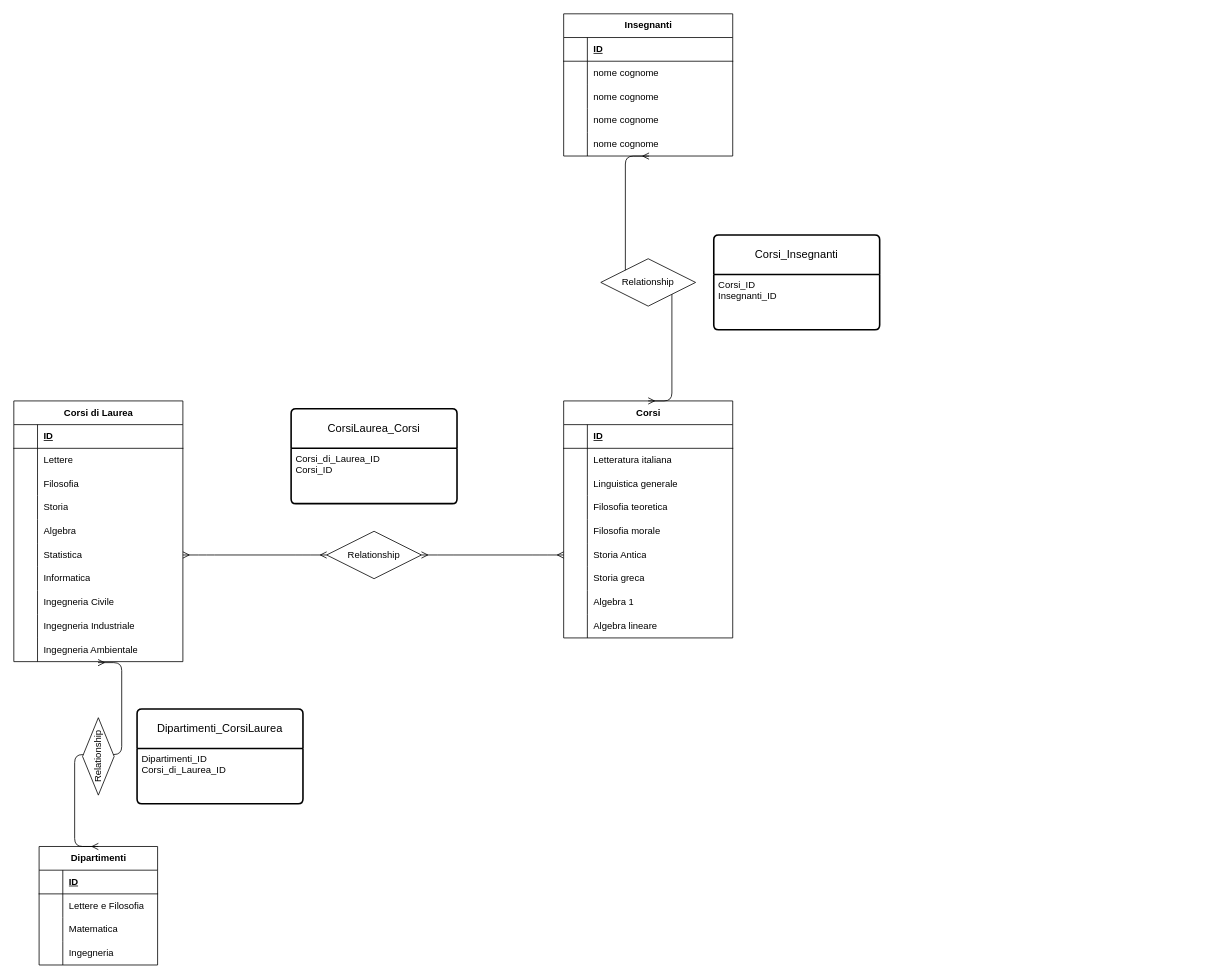
This is diagram.drawio from diegotosato/db-university, a draw.io file, before an edit. Source tidied: cells renumbered, new cells numbered last; positions are measured from the earlier drawing's top-left corner, leaving out a move shared by most shapes. Both pictures are drawn from the tidied source at 79%, with x=0, y=0 at pixel (13, 13).
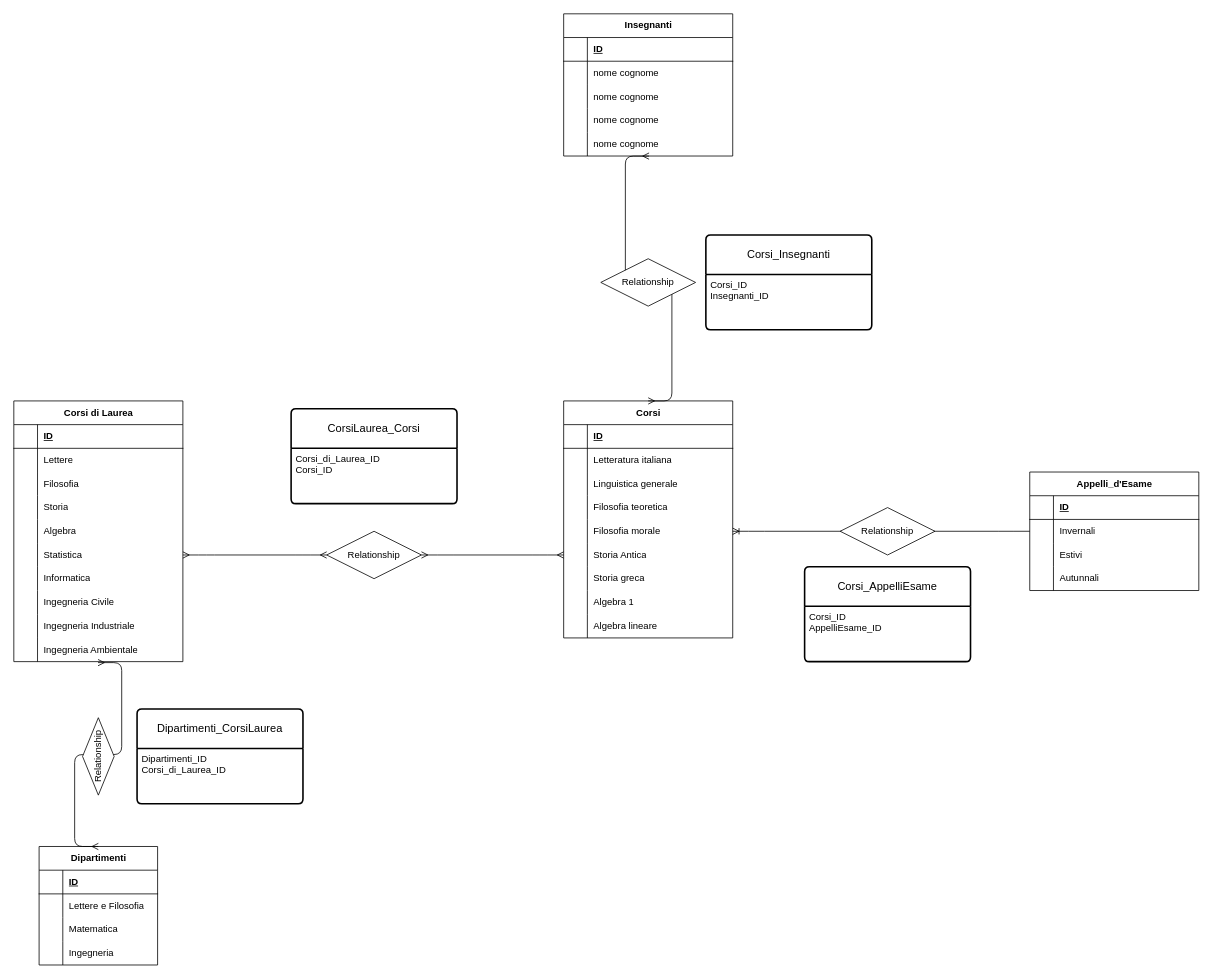
After the change.

Commit message:
Update diagram to adjust dimensions and add entities for exam sessions and course relationships

The change refers to these unchanged cells:
```xml
<mxCell id="62" style="shape=tableRow;horizontal=0;startSize=0;swimlaneHead=0;swimlaneBody=0;fillColor=none;points=[[0,0.5],[1,0.5]];portConstraint=eastwest;top=0;left=0;right=0;bottom=0;" parent="49" vertex="1">
  <mxGeometry y="150" width="214" height="30" as="geometry" />
</mxCell>
```

The edit, as a diff of the source:
```diff
@@
     <mxCell id="98" value="Corsi_Insegnanti" style="swimlane;horizontal=1;startSize=50;rounded=1;fontSize=14;fontStyle=0;strokeWidth=2;shadow=0;dashed=0;align=center;arcSize=4;whiteSpace=wrap;html=1;" parent="1" vertex="1">
-      <mxGeometry x="886" y="280" width="210" height="120" as="geometry" />
+      <mxGeometry x="876" y="280" width="210" height="120" as="geometry" />
     </mxCell>
@@
+    <mxCell id="103" value="Appelli_d'Esame" style="shape=table;startSize=30;childLayout=tableLayout;rowLines=0;fontStyle=1;align=center;html=1;" parent="1" vertex="1">
+      <mxGeometry x="1286" y="580" width="214" height="150" as="geometry" />
+    </mxCell>
+    <mxCell id="104" style="shape=tableRow;horizontal=0;startSize=0;swimlaneHead=0;swimlaneBody=0;fillColor=none;top=0;left=0;right=0;bottom=1;" parent="103" vertex="1">
+      <mxGeometry y="30" width="214" height="30" as="geometry" />
+    </mxCell>
+    <mxCell id="105" style="shape=partialRectangle;fillColor=none;top=0;left=0;bottom=0;right=0;fontStyle=1;overflow=hidden;whiteSpace=wrap;html=1;" parent="104" vertex="1">
+      <mxGeometry width="30" height="30" as="geometry" />
+    </mxCell>
+    <mxCell id="106" value="ID" style="shape=partialRectangle;fillColor=none;top=0;left=0;bottom=0;right=0;align=left;spacingLeft=6;fontStyle=5;overflow=hidden;whiteSpace=wrap;html=1;" parent="104" vertex="1">
+      <mxGeometry x="30" width="184" height="30" as="geometry" />
+    </mxCell>
+    <mxCell id="107" style="shape=tableRow;horizontal=0;startSize=0;swimlaneHead=0;swimlaneBody=0;fillColor=none;points=[[0,0.5],[1,0.5]];portConstraint=eastwest;top=0;left=0;right=0;bottom=0;" parent="103" vertex="1">
+      <mxGeometry y="60" width="214" height="30" as="geometry" />
+    </mxCell>
+    <mxCell id="108" style="shape=partialRectangle;fillColor=none;top=0;left=0;bottom=0;right=0;overflow=hidden;whiteSpace=wrap;html=1;" parent="107" vertex="1">
+      <mxGeometry width="30" height="30" as="geometry" />
+    </mxCell>
+    <mxCell id="109" value="Invernali" style="shape=partialRectangle;fillColor=none;top=0;left=0;bottom=0;right=0;align=left;spacingLeft=6;overflow=hidden;whiteSpace=wrap;html=1;" parent="107" vertex="1">
+      <mxGeometry x="30" width="184" height="30" as="geometry" />
+    </mxCell>
+    <mxCell id="110" style="shape=tableRow;horizontal=0;startSize=0;swimlaneHead=0;swimlaneBody=0;fillColor=none;top=0;left=0;right=0;bottom=0;" parent="103" vertex="1">
+      <mxGeometry y="90" width="214" height="30" as="geometry" />
+    </mxCell>
+    <mxCell id="111" style="shape=partialRectangle;fillColor=none;top=0;left=0;bottom=0;right=0;overflow=hidden;whiteSpace=wrap;html=1;" parent="110" vertex="1">
+      <mxGeometry width="30" height="30" as="geometry" />
+    </mxCell>
+    <mxCell id="112" value="Estivi" style="shape=partialRectangle;fillColor=none;top=0;left=0;bottom=0;right=0;align=left;spacingLeft=6;overflow=hidden;whiteSpace=wrap;html=1;" parent="110" vertex="1">
+      <mxGeometry x="30" width="184" height="30" as="geometry" />
+    </mxCell>
+    <mxCell id="113" style="shape=tableRow;horizontal=0;startSize=0;swimlaneHead=0;swimlaneBody=0;fillColor=none;top=0;left=0;right=0;bottom=0;" parent="103" vertex="1">
+      <mxGeometry y="120" width="214" height="30" as="geometry" />
+    </mxCell>
+    <mxCell id="114" style="shape=partialRectangle;fillColor=none;top=0;left=0;bottom=0;right=0;overflow=hidden;whiteSpace=wrap;html=1;" parent="113" vertex="1">
+      <mxGeometry width="30" height="30" as="geometry" />
+    </mxCell>
+    <mxCell id="115" value="Autunnali" style="shape=partialRectangle;fillColor=none;top=0;left=0;bottom=0;right=0;align=left;spacingLeft=6;overflow=hidden;whiteSpace=wrap;html=1;" parent="113" vertex="1">
+      <mxGeometry x="30" width="184" height="30" as="geometry" />
+    </mxCell>
+    <mxCell id="116" value="Corsi_AppelliEsame" style="swimlane;horizontal=1;startSize=50;rounded=1;fontSize=14;fontStyle=0;strokeWidth=2;shadow=0;dashed=0;align=center;arcSize=4;whiteSpace=wrap;html=1;" parent="1" vertex="1">
+      <mxGeometry x="1001" y="700" width="210" height="120" as="geometry" />
+    </mxCell>
+    <mxCell id="117" value="Corsi_ID&lt;br&gt;AppelliEsame_ID" style="align=left;strokeColor=none;fillColor=none;spacingLeft=4;fontSize=12;verticalAlign=top;html=1;" parent="116" vertex="1">
+      <mxGeometry y="50" width="210" height="70" as="geometry" />
+    </mxCell>
+    <mxCell id="118" style="edgeStyle=entityRelationEdgeStyle;fontSize=12;html=1;endArrow=ERoneToMany;exitX=0;exitY=0.5;exitDx=0;exitDy=0;entryX=1;entryY=0.5;entryDx=0;entryDy=0;" parent="1" edge="1" source="107" target="62">
+      <mxGeometry relative="1" as="geometry" />
+    </mxCell>
+    <mxCell id="119" value="Relationship" style="shape=rhombus;perimeter=rhombusPerimeter;whiteSpace=wrap;html=1;align=center;" parent="1" vertex="1">
+      <mxGeometry x="1046" y="625" width="120" height="60" as="geometry" />
+    </mxCell>
```
